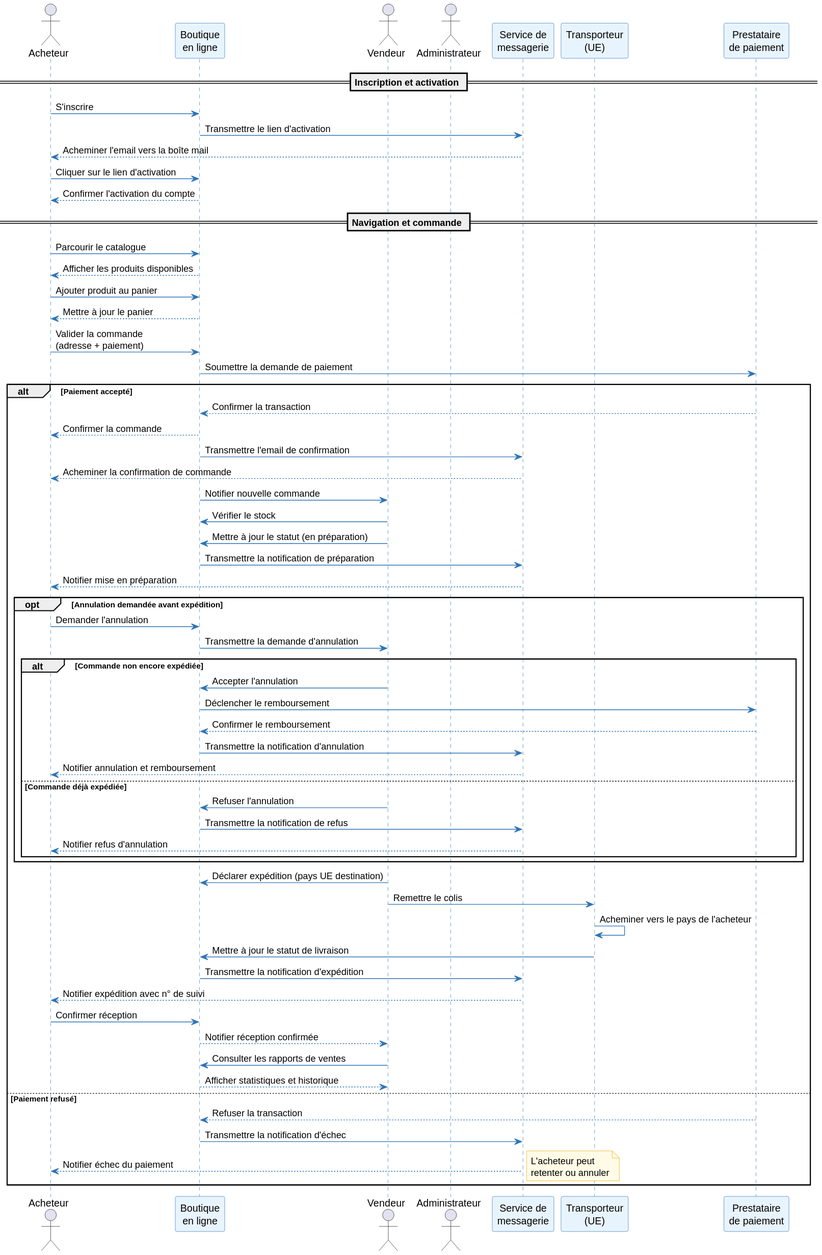
The PlantUML diagram architecture/diagrams/oa-sequence.svg in louistalvande/online_shop, before a commit. The source it was exported from:
```plantuml
@startuml
skinparam sequenceArrowColor #2E75B6
skinparam sequenceParticipantBackgroundColor #E8F4FD
skinparam sequenceParticipantBorderColor #2E75B6
skinparam sequenceLifeLineBorderColor #2E75B6
skinparam noteBorderColor #F0A500
skinparam noteBackgroundColor #FFFBE6

actor Acheteur as Buyer
participant "Boutique\nen ligne" as Shop
actor Vendeur as Vendor
actor Administrateur as Admin
participant "Service de\nmessagerie" as Mail
participant "Transporteur\n(UE)" as Carrier
participant "Prestataire\nde paiement" as Payment

== Inscription et activation ==
Buyer -> Shop : S'inscrire
Shop -> Mail : Transmettre le lien d'activation
Mail --> Buyer : Acheminer l'email vers la boîte mail
Buyer -> Shop : Cliquer sur le lien d'activation
Shop --> Buyer : Confirmer l'activation du compte

== Navigation et commande ==
Buyer -> Shop : Parcourir le catalogue
Shop --> Buyer : Afficher les produits disponibles

Buyer -> Shop : Ajouter produit au panier
Shop --> Buyer : Mettre à jour le panier

Buyer -> Shop : Valider la commande\n(adresse + paiement)
Shop -> Payment : Soumettre la demande de paiement

alt Paiement accepté
  Payment --> Shop : Confirmer la transaction
  Shop --> Buyer : Confirmer la commande
  Shop -> Mail : Transmettre l'email de confirmation
  Mail --> Buyer : Acheminer la confirmation de commande
  Shop -> Vendor : Notifier nouvelle commande

  Vendor -> Shop : Vérifier le stock
  Vendor -> Shop : Mettre à jour le statut (en préparation)
  Shop -> Mail : Transmettre la notification de préparation
  Mail --> Buyer : Notifier mise en préparation

  opt Annulation demandée avant expédition
    Buyer -> Shop : Demander l'annulation
    Shop -> Vendor : Transmettre la demande d'annulation
    alt Commande non encore expédiée
      Vendor -> Shop : Accepter l'annulation
      Shop -> Payment : Déclencher le remboursement
      Payment --> Shop : Confirmer le remboursement
      Shop -> Mail : Transmettre la notification d'annulation
      Mail --> Buyer : Notifier annulation et remboursement
    else Commande déjà expédiée
      Vendor -> Shop : Refuser l'annulation
      Shop -> Mail : Transmettre la notification de refus
      Mail --> Buyer : Notifier refus d'annulation
    end
  end

  Vendor -> Shop : Déclarer expédition (pays UE destination)
  Vendor -> Carrier : Remettre le colis
  Carrier -> Carrier : Acheminer vers le pays de l'acheteur
  Carrier -> Shop : Mettre à jour le statut de livraison
  Shop -> Mail : Transmettre la notification d'expédition
  Mail --> Buyer : Notifier expédition avec n° de suivi

  Buyer -> Shop : Confirmer réception
  Shop --> Vendor : Notifier réception confirmée

  Vendor -> Shop : Consulter les rapports de ventes
  Shop --> Vendor : Afficher statistiques et historique

else Paiement refusé
  Payment --> Shop : Refuser la transaction
  Shop -> Mail : Transmettre la notification d'échec
  Mail --> Buyer : Notifier échec du paiement
  note right : L'acheteur peut\nretenter ou annuler
end
@enduml
```
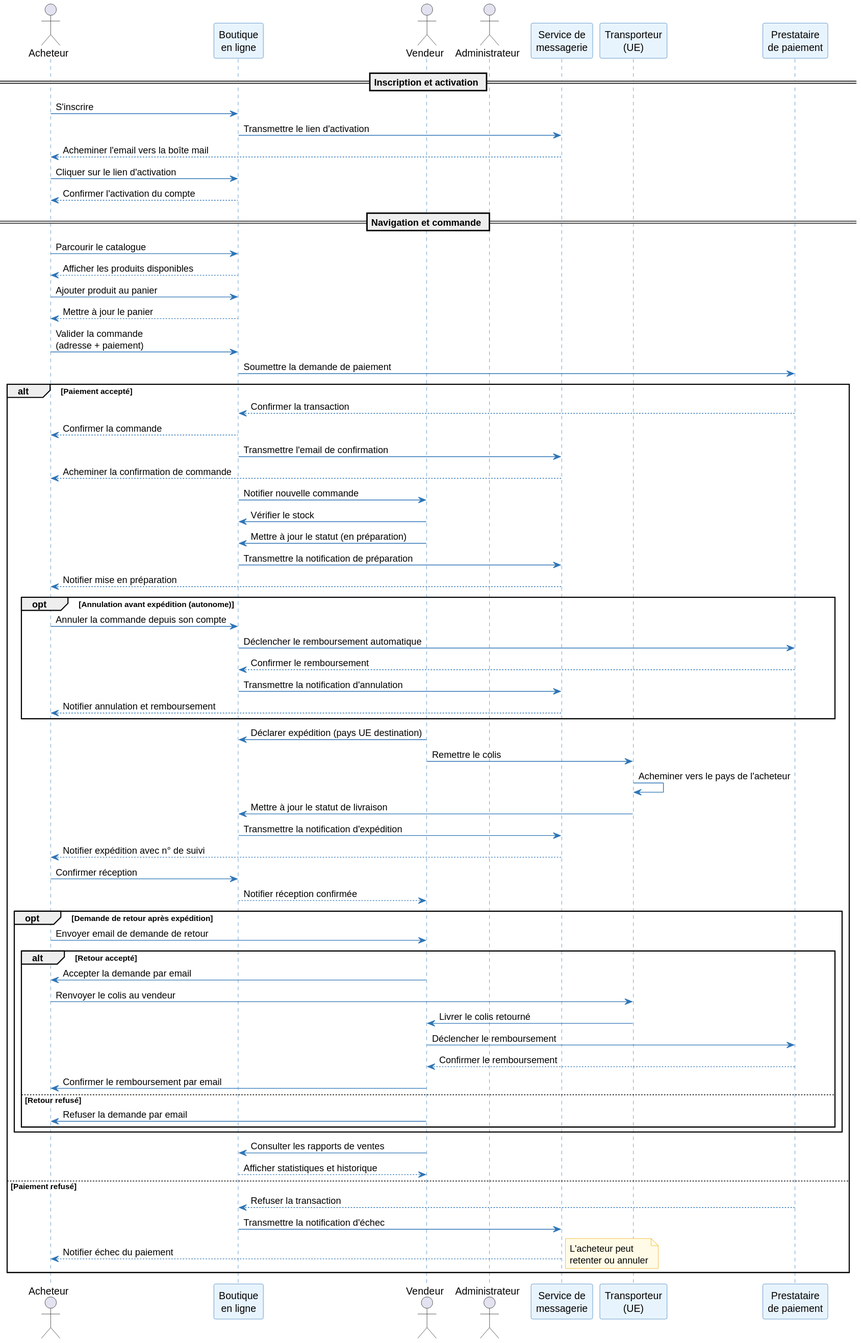
After the change.

Change to the diagram source:
```diff
@@ -43,20 +43,12 @@
   Shop -> Mail : Transmettre la notification de préparation
   Mail --> Buyer : Notifier mise en préparation
 
-  opt Annulation demandée avant expédition
-    Buyer -> Shop : Demander l'annulation
-    Shop -> Vendor : Transmettre la demande d'annulation
-    alt Commande non encore expédiée
-      Vendor -> Shop : Accepter l'annulation
-      Shop -> Payment : Déclencher le remboursement
-      Payment --> Shop : Confirmer le remboursement
-      Shop -> Mail : Transmettre la notification d'annulation
-      Mail --> Buyer : Notifier annulation et remboursement
-    else Commande déjà expédiée
-      Vendor -> Shop : Refuser l'annulation
-      Shop -> Mail : Transmettre la notification de refus
-      Mail --> Buyer : Notifier refus d'annulation
-    end
+  opt Annulation avant expédition (autonome)
+    Buyer -> Shop : Annuler la commande depuis son compte
+    Shop -> Payment : Déclencher le remboursement automatique
+    Payment --> Shop : Confirmer le remboursement
+    Shop -> Mail : Transmettre la notification d'annulation
+    Mail --> Buyer : Notifier annulation et remboursement
   end
 
   Vendor -> Shop : Déclarer expédition (pays UE destination)
@@ -69,6 +61,20 @@
   Buyer -> Shop : Confirmer réception
   Shop --> Vendor : Notifier réception confirmée
 
+  opt Demande de retour après expédition
+    Buyer -> Vendor : Envoyer email de demande de retour
+    alt Retour accepté
+      Vendor -> Buyer : Accepter la demande par email
+      Buyer -> Carrier : Renvoyer le colis au vendeur
+      Carrier -> Vendor : Livrer le colis retourné
+      Vendor -> Payment : Déclencher le remboursement
+      Payment --> Vendor : Confirmer le remboursement
+      Vendor -> Buyer : Confirmer le remboursement par email
+    else Retour refusé
+      Vendor -> Buyer : Refuser la demande par email
+    end
+  end
+
   Vendor -> Shop : Consulter les rapports de ventes
   Shop --> Vendor : Afficher statistiques et historique
 
```
